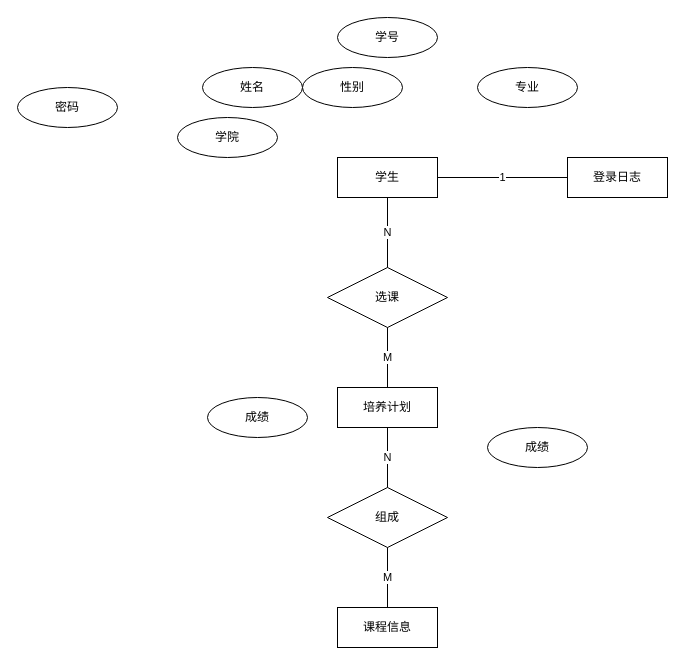
Before: ERDiagram.drawio in kevinyee628/CNN-LSTM-online, a draw.io diagram. Source tidied: cells renumbered, new cells numbered last; positions are measured from the earlier drawing's top-left corner, leaving out a move shared by most shapes. Both pictures are drawn from the tidied source at 100%, with x=0, y=0 at pixel (17, 17).
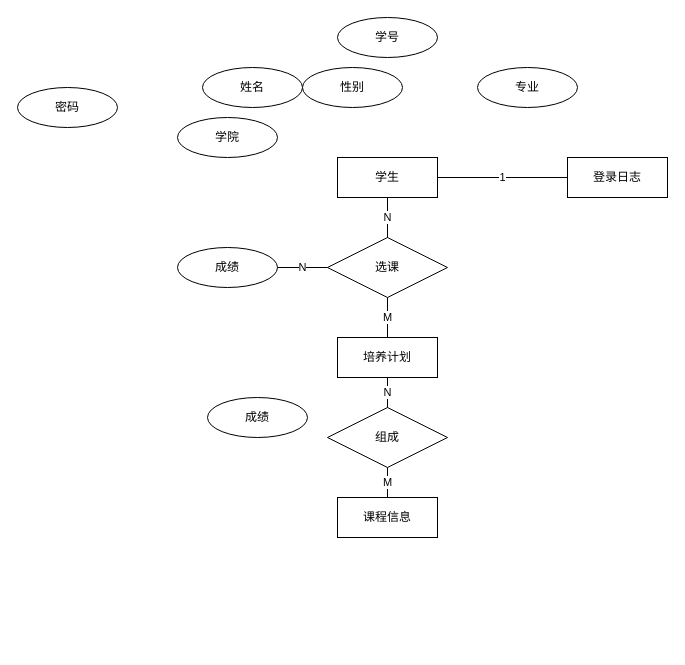
The same page after the edit.

Change to the diagram source:
```diff
@@
     <mxCell id="9" value="成绩" style="ellipse;whiteSpace=wrap;html=1;align=center;" parent="1" vertex="1">
-      <mxGeometry x="470" y="410" width="100" height="40" as="geometry" />
+      <mxGeometry x="160" y="230" width="100" height="40" as="geometry" />
     </mxCell>
     <mxCell id="10" value="选课" style="shape=rhombus;perimeter=rhombusPerimeter;whiteSpace=wrap;html=1;align=center;" parent="1" vertex="1">
-      <mxGeometry x="310" y="250" width="120" height="60" as="geometry" />
+      <mxGeometry x="310" y="220" width="120" height="60" as="geometry" />
     </mxCell>
@@
     <mxCell id="12" value="培养计划" style="whiteSpace=wrap;html=1;align=center;" parent="1" vertex="1">
-      <mxGeometry x="320" y="370" width="100" height="40" as="geometry" />
+      <mxGeometry x="320" y="320" width="100" height="40" as="geometry" />
     </mxCell>
@@
     <mxCell id="17" value="课程信息" style="whiteSpace=wrap;html=1;align=center;" parent="1" vertex="1">
-      <mxGeometry x="320" y="590" width="100" height="40" as="geometry" />
+      <mxGeometry x="320" y="480" width="100" height="40" as="geometry" />
     </mxCell>
     <mxCell id="18" value="组成" style="shape=rhombus;perimeter=rhombusPerimeter;whiteSpace=wrap;html=1;align=center;" parent="1" vertex="1">
-      <mxGeometry x="310" y="470" width="120" height="60" as="geometry" />
+      <mxGeometry x="310" y="390" width="120" height="60" as="geometry" />
     </mxCell>
@@
+    <mxCell id="21" value="N" style="endArrow=none;html=1;rounded=0;exitX=1;exitY=0.5;exitDx=0;exitDy=0;entryX=0;entryY=0.5;entryDx=0;entryDy=0;" parent="1" edge="1" source="9" target="10">
+      <mxGeometry relative="1" as="geometry" />
+    </mxCell>
```
